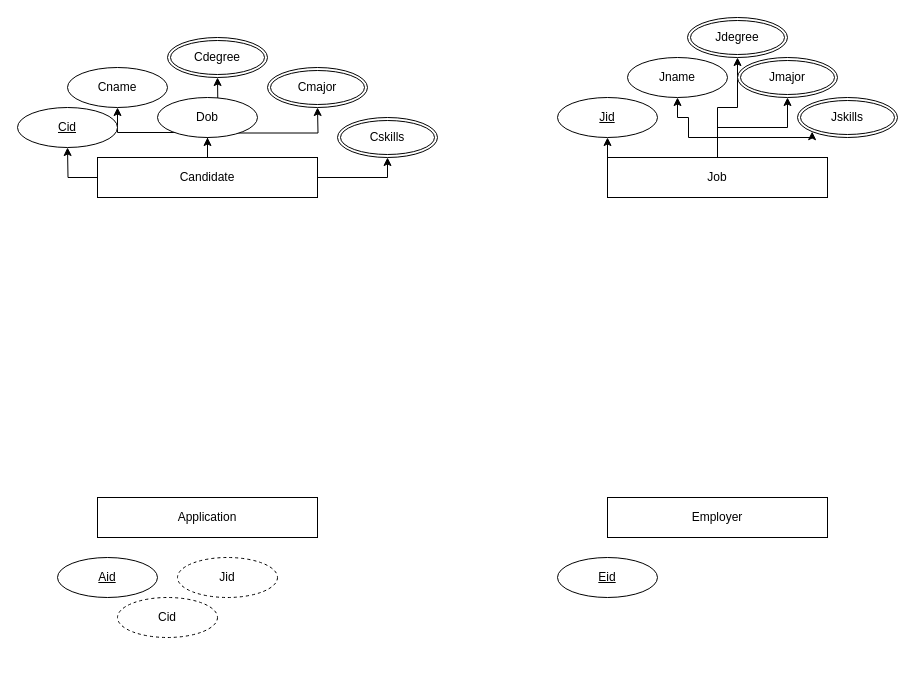
Above: AI Resume Matcher.drawio in AbitathaRoy/AI-Job-Matching (draw.io), before the change. Source tidied: cells renumbered, new cells numbered last; positions are measured from the earlier drawing's top-left corner, leaving out a move shared by most shapes. Both pictures are drawn from the tidied source at 100%, with x=0, y=0 at pixel (17, 17).
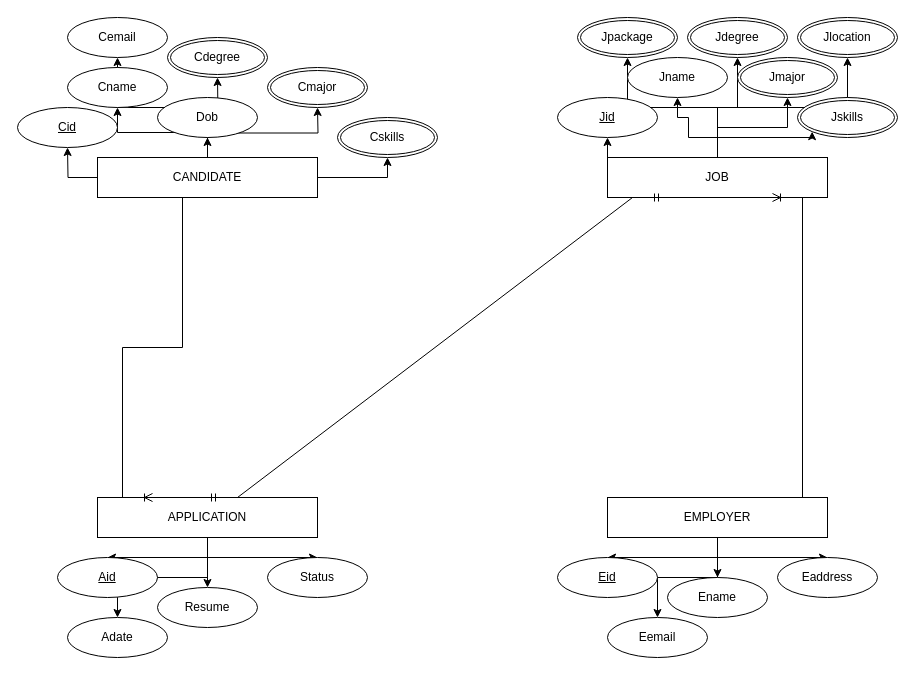
After the change.

Unchanged cells that the change refers to:
```xml
<mxCell id="29" value="Aid" style="ellipse;whiteSpace=wrap;html=1;align=center;fontStyle=4;" parent="1" vertex="1">
  <mxGeometry x="40" y="540" width="100" height="40" as="geometry" />
</mxCell>
<mxCell id="32" value="Eid" style="ellipse;whiteSpace=wrap;html=1;align=center;fontStyle=4;" parent="1" vertex="1">
  <mxGeometry x="540" y="540" width="100" height="40" as="geometry" />
</mxCell>
```

The edit, as a diff of the source:
```diff
@@
+    <mxCell id="33" style="edgeStyle=orthogonalEdgeStyle;rounded=0;jettySize=auto;html=1;exitX=0.5;exitY=0;exitDx=0;exitDy=0;" parent="1" edge="1" source="8" target="50">
+      <mxGeometry relative="1" as="geometry" />
+    </mxCell>
-    <mxCell id="8" value="Candidate" style="whiteSpace=wrap;html=1;align=center;" parent="1" vertex="1">
+    <mxCell id="8" value="CANDIDATE" style="whiteSpace=wrap;html=1;align=center;" parent="1" vertex="1">
       <mxGeometry x="80" y="140" width="220" height="40" as="geometry" />
     </mxCell>
@@
+    <mxCell id="34" style="edgeStyle=orthogonalEdgeStyle;rounded=0;jettySize=auto;html=1;exitX=0.5;exitY=0;exitDx=0;exitDy=0;entryX=0.5;entryY=1;entryDx=0;entryDy=0;" parent="1" edge="1" source="17" target="52">
+      <mxGeometry relative="1" as="geometry" />
+    </mxCell>
+    <mxCell id="35" style="edgeStyle=orthogonalEdgeStyle;rounded=0;jettySize=auto;html=1;exitX=0.5;exitY=0;exitDx=0;exitDy=0;entryX=0.5;entryY=1;entryDx=0;entryDy=0;" parent="1" edge="1" source="17" target="51">
+      <mxGeometry relative="1" as="geometry" />
+    </mxCell>
-    <mxCell id="17" value="Job" style="whiteSpace=wrap;html=1;align=center;" parent="1" vertex="1">
+    <mxCell id="17" value="JOB" style="whiteSpace=wrap;html=1;align=center;" parent="1" vertex="1">
       <mxGeometry x="590" y="140" width="220" height="40" as="geometry" />
     </mxCell>
@@
+    <mxCell id="36" style="edgeStyle=orthogonalEdgeStyle;rounded=0;jettySize=auto;html=1;exitX=0.5;exitY=1;exitDx=0;exitDy=0;" parent="1" edge="1" source="27" target="29">
+      <mxGeometry relative="1" as="geometry" />
+    </mxCell>
+    <mxCell id="37" style="edgeStyle=orthogonalEdgeStyle;rounded=0;jettySize=auto;html=1;exitX=0.5;exitY=1;exitDx=0;exitDy=0;" parent="1" edge="1" source="27" target="45">
+      <mxGeometry relative="1" as="geometry" />
+    </mxCell>
+    <mxCell id="38" style="edgeStyle=orthogonalEdgeStyle;rounded=0;jettySize=auto;html=1;exitX=0.5;exitY=1;exitDx=0;exitDy=0;entryX=0.5;entryY=0;entryDx=0;entryDy=0;" parent="1" edge="1" source="27" target="44">
+      <mxGeometry relative="1" as="geometry" />
+    </mxCell>
+    <mxCell id="39" style="edgeStyle=orthogonalEdgeStyle;rounded=0;jettySize=auto;html=1;exitX=0.5;exitY=1;exitDx=0;exitDy=0;" parent="1" edge="1" source="27" target="46">
+      <mxGeometry relative="1" as="geometry" />
+    </mxCell>
-    <mxCell id="27" value="Application" style="whiteSpace=wrap;html=1;align=center;" parent="1" vertex="1">
+    <mxCell id="27" value="APPLICATION" style="whiteSpace=wrap;html=1;align=center;" parent="1" vertex="1">
       <mxGeometry x="80" y="480" width="220" height="40" as="geometry" />
     </mxCell>
+    <mxCell id="40" style="edgeStyle=orthogonalEdgeStyle;rounded=0;jettySize=auto;html=1;exitX=0.5;exitY=1;exitDx=0;exitDy=0;entryX=0.5;entryY=0;entryDx=0;entryDy=0;" parent="1" edge="1" source="28" target="32">
+      <mxGeometry relative="1" as="geometry" />
+    </mxCell>
+    <mxCell id="41" style="edgeStyle=orthogonalEdgeStyle;rounded=0;jettySize=auto;html=1;exitX=0.5;exitY=1;exitDx=0;exitDy=0;entryX=0.5;entryY=0;entryDx=0;entryDy=0;" parent="1" edge="1" source="28" target="47">
+      <mxGeometry relative="1" as="geometry" />
+    </mxCell>
+    <mxCell id="42" style="edgeStyle=orthogonalEdgeStyle;rounded=0;jettySize=auto;html=1;exitX=0.5;exitY=1;exitDx=0;exitDy=0;" parent="1" edge="1" source="28" target="49">
+      <mxGeometry relative="1" as="geometry" />
+    </mxCell>
+    <mxCell id="43" style="edgeStyle=orthogonalEdgeStyle;rounded=0;jettySize=auto;html=1;exitX=0.5;exitY=1;exitDx=0;exitDy=0;entryX=0.5;entryY=0;entryDx=0;entryDy=0;" parent="1" edge="1" source="28" target="48">
+      <mxGeometry relative="1" as="geometry" />
+    </mxCell>
-    <mxCell id="28" value="Employer" style="whiteSpace=wrap;html=1;align=center;" parent="1" vertex="1">
+    <mxCell id="28" value="EMPLOYER" style="whiteSpace=wrap;html=1;align=center;" parent="1" vertex="1">
       <mxGeometry x="590" y="480" width="220" height="40" as="geometry" />
     </mxCell>
@@
-    <mxCell id="30" value="Cid" style="ellipse;whiteSpace=wrap;html=1;align=center;dashed=1;" parent="1" vertex="1">
-      <mxGeometry x="100" y="580" width="100" height="40" as="geometry" />
-    </mxCell>
-    <mxCell id="31" value="Jid" style="ellipse;whiteSpace=wrap;html=1;align=center;dashed=1;" parent="1" vertex="1">
-      <mxGeometry x="160" y="540" width="100" height="40" as="geometry" />
-    </mxCell>
@@
+    <mxCell id="44" value="Resume" style="ellipse;whiteSpace=wrap;html=1;align=center;" parent="1" vertex="1">
+      <mxGeometry x="140" y="570" width="100" height="40" as="geometry" />
+    </mxCell>
+    <mxCell id="45" value="Status" style="ellipse;whiteSpace=wrap;html=1;align=center;" parent="1" vertex="1">
+      <mxGeometry x="250" y="540" width="100" height="40" as="geometry" />
+    </mxCell>
+    <mxCell id="46" value="Adate" style="ellipse;whiteSpace=wrap;html=1;align=center;" parent="1" vertex="1">
+      <mxGeometry x="50" y="600" width="100" height="40" as="geometry" />
+    </mxCell>
+    <mxCell id="47" value="Ename" style="ellipse;whiteSpace=wrap;html=1;align=center;" parent="1" vertex="1">
+      <mxGeometry x="650" y="560" width="100" height="40" as="geometry" />
+    </mxCell>
+    <mxCell id="48" value="Eaddress" style="ellipse;whiteSpace=wrap;html=1;align=center;" parent="1" vertex="1">
+      <mxGeometry x="760" y="540" width="100" height="40" as="geometry" />
+    </mxCell>
+    <mxCell id="49" value="Eemail" style="ellipse;whiteSpace=wrap;html=1;align=center;" parent="1" vertex="1">
+      <mxGeometry x="590" y="600" width="100" height="40" as="geometry" />
+    </mxCell>
+    <mxCell id="50" value="Cemail" style="ellipse;whiteSpace=wrap;html=1;align=center;" parent="1" vertex="1">
+      <mxGeometry x="50" width="100" height="40" as="geometry" />
+    </mxCell>
+    <mxCell id="51" value="Jlocation" style="ellipse;shape=doubleEllipse;margin=3;whiteSpace=wrap;html=1;align=center;" parent="1" vertex="1">
+      <mxGeometry x="780" width="100" height="40" as="geometry" />
+    </mxCell>
+    <mxCell id="52" value="Jpackage" style="ellipse;shape=doubleEllipse;margin=3;whiteSpace=wrap;html=1;align=center;" parent="1" vertex="1">
+      <mxGeometry x="560" width="100" height="40" as="geometry" />
+    </mxCell>
+    <mxCell id="53" style="edgeStyle=entityRelationEdgeStyle;fontSize=12;html=1;endArrow=ERoneToMany;rounded=0;exitX=0.75;exitY=0;exitDx=0;exitDy=0;entryX=0.75;entryY=1;entryDx=0;entryDy=0;" parent="1" edge="1" source="28" target="17">
+      <mxGeometry relative="1" as="geometry">
+        <Array as="points">
+          <mxPoint x="709" y="400" />
+          <mxPoint x="719" y="240" />
+          <mxPoint x="709" y="270" />
+          <mxPoint x="719" y="400" />
+        </Array>
+      </mxGeometry>
+    </mxCell>
+    <mxCell id="54" style="edgeStyle=entityRelationEdgeStyle;fontSize=12;html=1;endArrow=ERmandOne;startArrow=ERmandOne;rounded=0;exitX=0.5;exitY=0;exitDx=0;exitDy=0;entryX=0.25;entryY=1;entryDx=0;entryDy=0;" parent="1" edge="1" source="27" target="17">
+      <mxGeometry relative="1" as="geometry" />
+    </mxCell>
+    <mxCell id="55" style="edgeStyle=entityRelationEdgeStyle;fontSize=12;html=1;endArrow=ERoneToMany;rounded=0;entryX=0.25;entryY=0;entryDx=0;entryDy=0;exitX=0.25;exitY=1;exitDx=0;exitDy=0;" parent="1" edge="1" source="8" target="27">
+      <mxGeometry relative="1" as="geometry" />
+    </mxCell>
```
